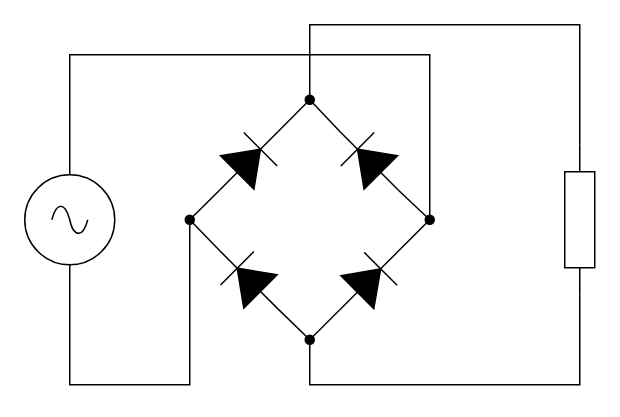
The draw.io diagram Untitled Diagram.drawio in macheve/21524.github.io, before the edit. Source tidied: cells renumbered, new cells numbered last; positions are measured from the earlier drawing's top-left corner, leaving out a move shared by most shapes. Both pictures are drawn from the tidied source at 150%, with x=0, y=0 at pixel (24, 24).
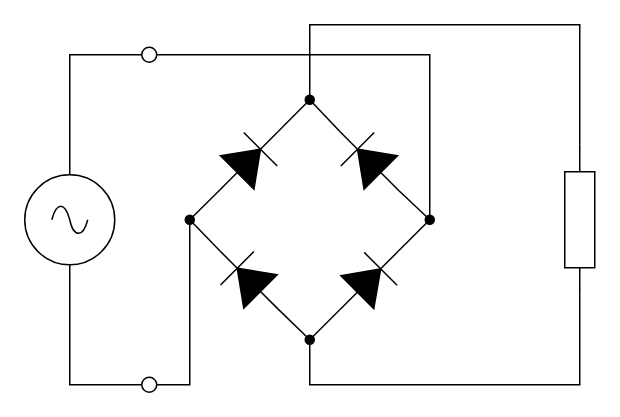
Above is the later version.

Commit message (it also covers changes not shown here):
全波整流回路

Diff of the diagram source:
```diff
@@
+    <mxCell id="20" style="ellipse;whiteSpace=wrap;html=1;" parent="1" vertex="1">
+      <mxGeometry x="78" y="15" width="10" height="10" as="geometry" />
+    </mxCell>
+    <mxCell id="21" style="ellipse;whiteSpace=wrap;html=1;" parent="1" vertex="1">
+      <mxGeometry x="78" y="235" width="10" height="10" as="geometry" />
+    </mxCell>
```
